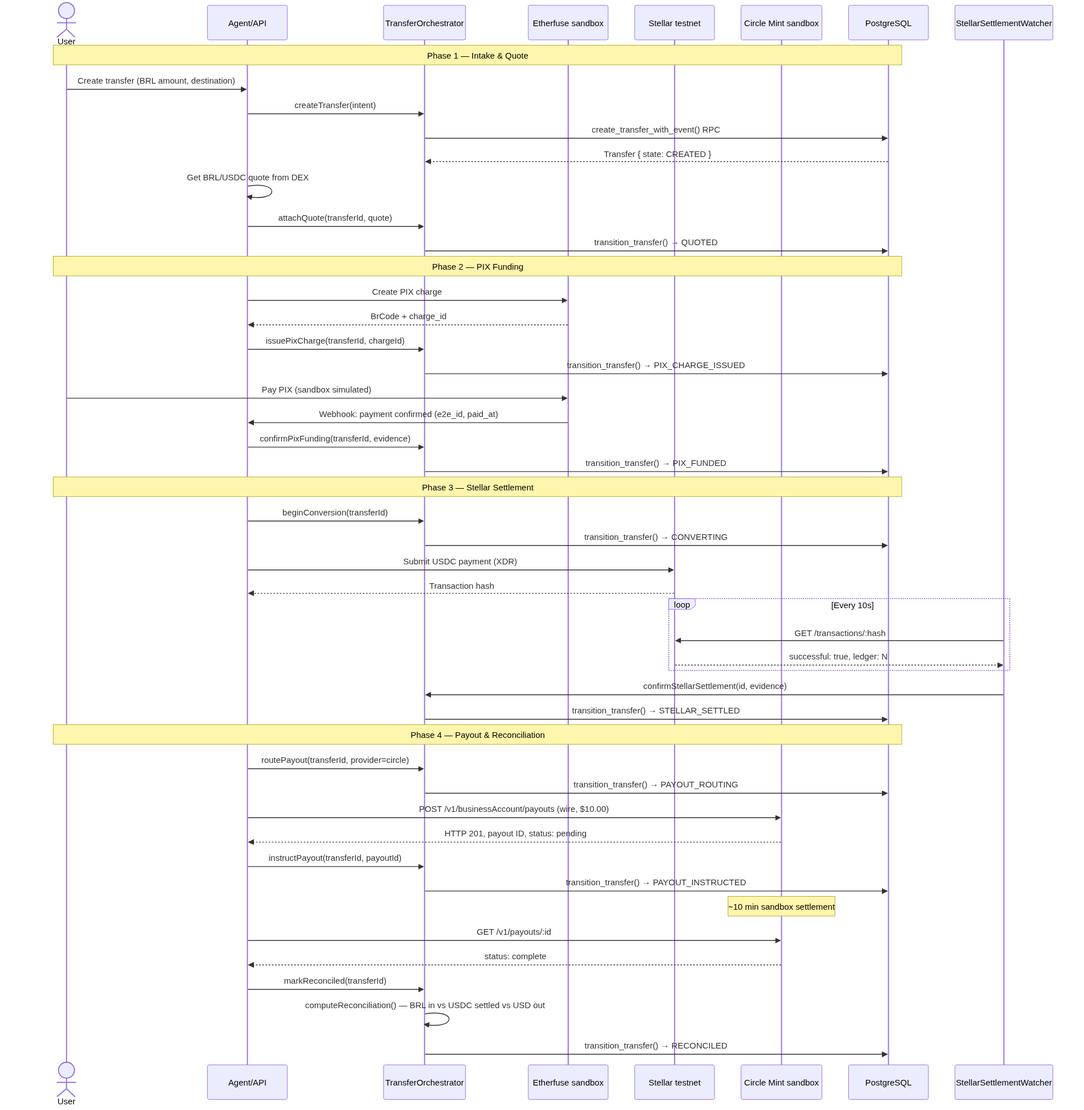
Before: insta-awards/submission/diagrams/money-flow.png, a diagram exported from Mermaid (rbfcdog/talk-to-stellar). Its source is kept beside it as insta-awards/submission/diagrams/money-flow.mmd. Its diagram source:
```mermaid
sequenceDiagram
    actor User
    participant Agent as Agent/API
    participant Orchestrator as TransferOrchestrator
    participant PIX as Etherfuse sandbox
    participant Stellar as Stellar testnet
    participant Payout as Circle Mint sandbox
    participant DB as PostgreSQL

    Note over User,DB: Phase 1 — Intake & Quote

    User->>Agent: Create transfer (BRL amount, destination)
    Agent->>Orchestrator: createTransfer(intent)
    Orchestrator->>DB: create_transfer_with_event() RPC
    DB-->>Orchestrator: Transfer { state: CREATED }

    Agent->>Agent: Get BRL/USDC quote from DEX
    Agent->>Orchestrator: attachQuote(transferId, quote)
    Orchestrator->>DB: transition_transfer() → QUOTED

    Note over User,DB: Phase 2 — PIX Funding

    Agent->>PIX: Create PIX charge
    PIX-->>Agent: BrCode + charge_id
    Agent->>Orchestrator: issuePixCharge(transferId, chargeId)
    Orchestrator->>DB: transition_transfer() → PIX_CHARGE_ISSUED

    User->>PIX: Pay PIX (sandbox simulated)
    PIX->>Agent: Webhook: payment confirmed (e2e_id, paid_at)
    Agent->>Orchestrator: confirmPixFunding(transferId, evidence)
    Orchestrator->>DB: transition_transfer() → PIX_FUNDED

    Note over User,DB: Phase 3 — Stellar Settlement

    Agent->>Orchestrator: beginConversion(transferId)
    Orchestrator->>DB: transition_transfer() → CONVERTING

    Agent->>Stellar: Submit USDC payment (XDR)
    Stellar-->>Agent: Transaction hash

    loop Every 10s
        StellarSettlementWatcher->>Stellar: GET /transactions/:hash
        Stellar-->>StellarSettlementWatcher: successful: true, ledger: N
    end

    StellarSettlementWatcher->>Orchestrator: confirmStellarSettlement(id, evidence)
    Orchestrator->>DB: transition_transfer() → STELLAR_SETTLED

    Note over User,DB: Phase 4 — Payout & Reconciliation

    Agent->>Orchestrator: routePayout(transferId, provider=circle)
    Orchestrator->>DB: transition_transfer() → PAYOUT_ROUTING

    Agent->>Payout: POST /v1/businessAccount/payouts (wire, $10.00)
    Payout-->>Agent: HTTP 201, payout ID, status: pending

    Agent->>Orchestrator: instructPayout(transferId, payoutId)
    Orchestrator->>DB: transition_transfer() → PAYOUT_INSTRUCTED

    Note over Payout: ~10 min sandbox settlement

    Agent->>Payout: GET /v1/payouts/:id
    Payout-->>Agent: status: complete

    Agent->>Orchestrator: markReconciled(transferId)
    Orchestrator->>Orchestrator: computeReconciliation() — BRL in vs USDC settled vs USD out
    Orchestrator->>DB: transition_transfer() → RECONCILED
```
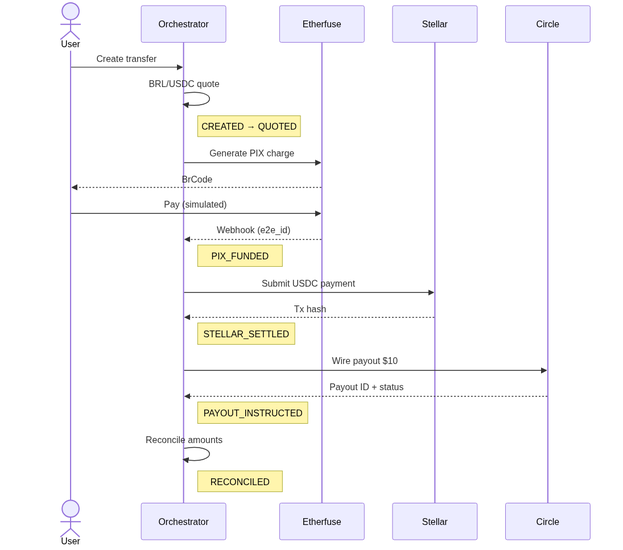
The same file after the commit.

Commit message:
fix: simplified Mermaid diagrams — less cluttered, more readable

Change to the diagram source:
```diff
@@ -1,67 +1,27 @@
 sequenceDiagram
     actor User
-    participant Agent as Agent/API
-    participant Orchestrator as TransferOrchestrator
-    participant PIX as Etherfuse sandbox
-    participant Stellar as Stellar testnet
-    participant Payout as Circle Mint sandbox
-    participant DB as PostgreSQL
+    participant Orchestrator
+    participant PIX as Etherfuse
+    participant Stellar
+    participant Circle
 
-    Note over User,DB: Phase 1 — Intake & Quote
+    User->>Orchestrator: Create transfer
+    Orchestrator->>Orchestrator: BRL/USDC quote
+    Note right of Orchestrator: CREATED → QUOTED
 
-    User->>Agent: Create transfer (BRL amount, destination)
-    Agent->>Orchestrator: createTransfer(intent)
-    Orchestrator->>DB: create_transfer_with_event() RPC
-    DB-->>Orchestrator: Transfer { state: CREATED }
+    Orchestrator->>PIX: Generate PIX charge
+    PIX-->>User: BrCode
+    User->>PIX: Pay (simulated)
+    PIX-->>Orchestrator: Webhook (e2e_id)
+    Note right of Orchestrator: PIX_FUNDED
 
-    Agent->>Agent: Get BRL/USDC quote from DEX
-    Agent->>Orchestrator: attachQuote(transferId, quote)
-    Orchestrator->>DB: transition_transfer() → QUOTED
+    Orchestrator->>Stellar: Submit USDC payment
+    Stellar-->>Orchestrator: Tx hash
+    Note right of Orchestrator: STELLAR_SETTLED
 
-    Note over User,DB: Phase 2 — PIX Funding
+    Orchestrator->>Circle: Wire payout $10
+    Circle-->>Orchestrator: Payout ID + status
+    Note right of Orchestrator: PAYOUT_INSTRUCTED
 
-    Agent->>PIX: Create PIX charge
-    PIX-->>Agent: BrCode + charge_id
-    Agent->>Orchestrator: issuePixCharge(transferId, chargeId)
-    Orchestrator->>DB: transition_transfer() → PIX_CHARGE_ISSUED
-
-    User->>PIX: Pay PIX (sandbox simulated)
-    PIX->>Agent: Webhook: payment confirmed (e2e_id, paid_at)
-    Agent->>Orchestrator: confirmPixFunding(transferId, evidence)
-    Orchestrator->>DB: transition_transfer() → PIX_FUNDED
-
-    Note over User,DB: Phase 3 — Stellar Settlement
-
-    Agent->>Orchestrator: beginConversion(transferId)
-    Orchestrator->>DB: transition_transfer() → CONVERTING
-
-    Agent->>Stellar: Submit USDC payment (XDR)
-    Stellar-->>Agent: Transaction hash
-
-    loop Every 10s
-        StellarSettlementWatcher->>Stellar: GET /transactions/:hash
-        Stellar-->>StellarSettlementWatcher: successful: true, ledger: N
-    end
-
-    StellarSettlementWatcher->>Orchestrator: confirmStellarSettlement(id, evidence)
-    Orchestrator->>DB: transition_transfer() → STELLAR_SETTLED
-
-    Note over User,DB: Phase 4 — Payout & Reconciliation
-
-    Agent->>Orchestrator: routePayout(transferId, provider=circle)
-    Orchestrator->>DB: transition_transfer() → PAYOUT_ROUTING
-
-    Agent->>Payout: POST /v1/businessAccount/payouts (wire, $10.00)
-    Payout-->>Agent: HTTP 201, payout ID, status: pending
-
-    Agent->>Orchestrator: instructPayout(transferId, payoutId)
-    Orchestrator->>DB: transition_transfer() → PAYOUT_INSTRUCTED
-
-    Note over Payout: ~10 min sandbox settlement
-
-    Agent->>Payout: GET /v1/payouts/:id
-    Payout-->>Agent: status: complete
-
-    Agent->>Orchestrator: markReconciled(transferId)
-    Orchestrator->>Orchestrator: computeReconciliation() — BRL in vs USDC settled vs USD out
-    Orchestrator->>DB: transition_transfer() → RECONCILED
+    Orchestrator->>Orchestrator: Reconcile amounts
+    Note right of Orchestrator: RECONCILED
```
